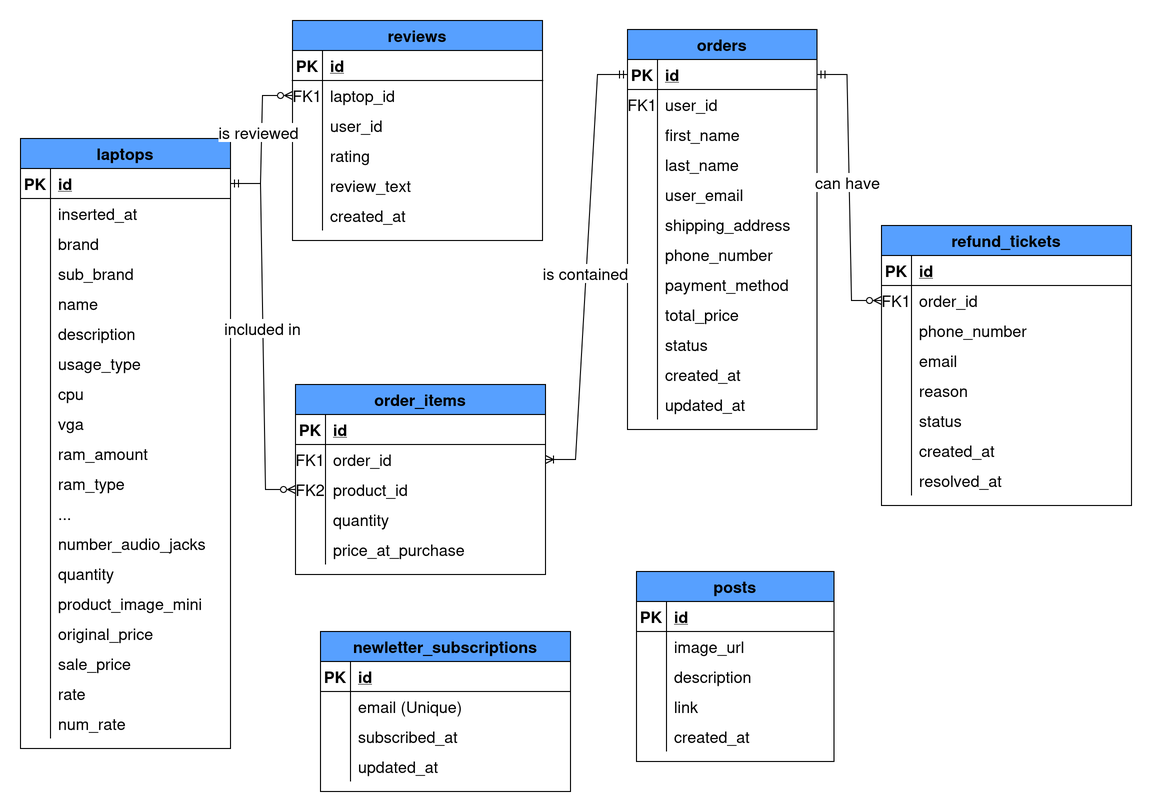
This is ERD_DB.png from auphong2707/PTTKHT-Final-Report, a draw.io export, as it was before one commit. Source tidied: cells renumbered, new cells last; positions are measured from the earlier drawing's top-left corner, leaving out a move shared by most shapes.
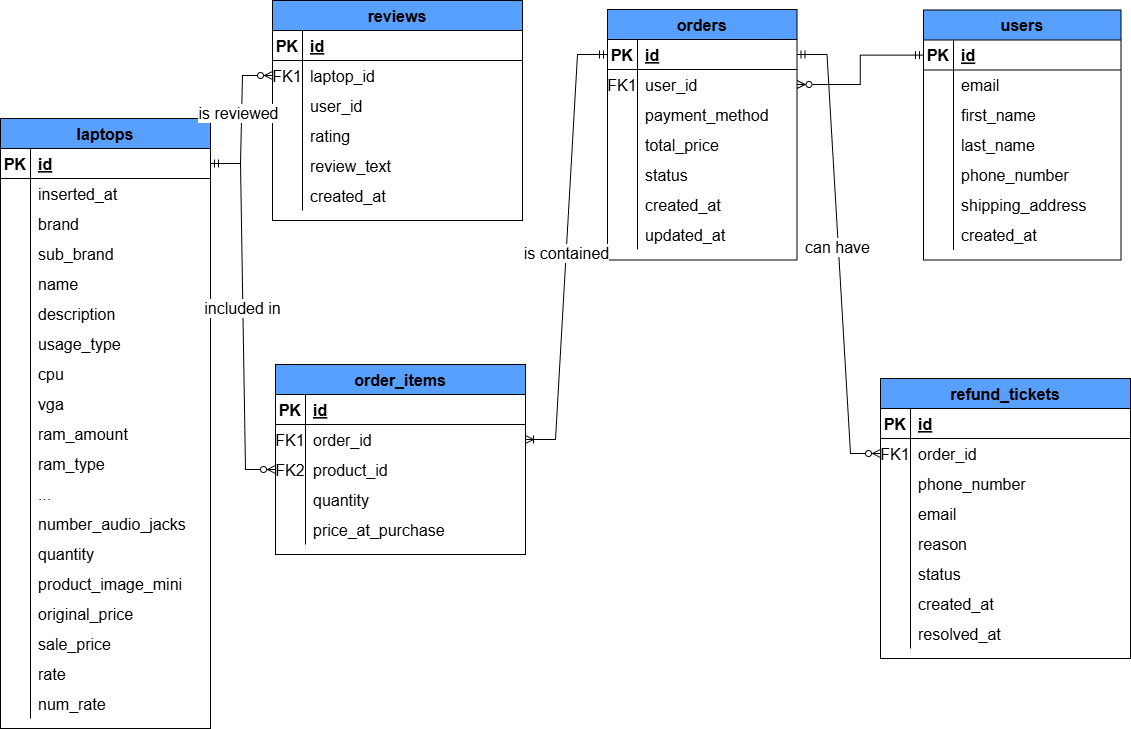
The same diagram one commit later.

What changed in the source:
```diff
@@ -59,45 +59,6 @@
     <mxCell id="20" value="created_at" style="shape=partialRectangle;overflow=hidden;fillColor=none;top=0;left=0;bottom=0;right=0;align=left;spacingLeft=6;fontSize=16;" parent="18" vertex="1">
       <mxGeometry x="30" width="220" height="30" as="geometry" />
     </mxCell>
-    <mxCell id="21" value="newletter_subscriptions" style="shape=table;startSize=30;rowLines=0;fontStyle=1;align=center;fillColor=#57A0FF;fontSize=16;" parent="1" vertex="1">
-      <mxGeometry x="300" y="611" width="250" height="160" as="geometry" />
-    </mxCell>
-    <mxCell id="22" style="shape=partialRectangle;fillColor=none;top=0;left=0;right=0;bottom=1;fontSize=16;" parent="21" vertex="1">
-      <mxGeometry y="30" width="250" height="30" as="geometry" />
-    </mxCell>
-    <mxCell id="23" value="PK" style="shape=partialRectangle;overflow=hidden;fillColor=none;top=0;left=0;bottom=0;right=0;fontStyle=1;fontSize=16;" parent="22" vertex="1">
-      <mxGeometry width="30" height="30" as="geometry" />
-    </mxCell>
-    <mxCell id="24" value="id" style="shape=partialRectangle;overflow=hidden;fillColor=none;top=0;left=0;bottom=0;right=0;align=left;spacingLeft=6;fontStyle=5;fontSize=16;" parent="22" vertex="1">
-      <mxGeometry x="30" width="220" height="30" as="geometry" />
-    </mxCell>
-    <mxCell id="25" style="shape=partialRectangle;fillColor=none;top=0;left=0;right=0;bottom=0;fontSize=16;" parent="21" vertex="1">
-      <mxGeometry y="60" width="250" height="30" as="geometry" />
-    </mxCell>
-    <mxCell id="26" style="shape=partialRectangle;overflow=hidden;fillColor=none;top=0;left=0;bottom=0;right=0;fontSize=16;" parent="25" vertex="1">
-      <mxGeometry width="30" height="30" as="geometry" />
-    </mxCell>
-    <mxCell id="27" value="email (Unique)" style="shape=partialRectangle;overflow=hidden;fillColor=none;top=0;left=0;bottom=0;right=0;align=left;spacingLeft=6;fontSize=16;" parent="25" vertex="1">
-      <mxGeometry x="30" width="220" height="30" as="geometry" />
-    </mxCell>
-    <mxCell id="28" style="shape=partialRectangle;fillColor=none;top=0;left=0;right=0;bottom=0;fontSize=16;" parent="21" vertex="1">
-      <mxGeometry y="90" width="250" height="30" as="geometry" />
-    </mxCell>
-    <mxCell id="29" style="shape=partialRectangle;overflow=hidden;fillColor=none;top=0;left=0;bottom=0;right=0;fontSize=16;" parent="28" vertex="1">
-      <mxGeometry width="30" height="30" as="geometry" />
-    </mxCell>
-    <mxCell id="30" value="subscribed_at" style="shape=partialRectangle;overflow=hidden;fillColor=none;top=0;left=0;bottom=0;right=0;align=left;spacingLeft=6;fontSize=16;" parent="28" vertex="1">
-      <mxGeometry x="30" width="220" height="30" as="geometry" />
-    </mxCell>
-    <mxCell id="31" style="shape=partialRectangle;fillColor=none;top=0;left=0;right=0;bottom=0;fontSize=16;" parent="21" vertex="1">
-      <mxGeometry y="120" width="250" height="30" as="geometry" />
-    </mxCell>
-    <mxCell id="32" style="shape=partialRectangle;overflow=hidden;fillColor=none;top=0;left=0;bottom=0;right=0;fontSize=16;" parent="31" vertex="1">
-      <mxGeometry width="30" height="30" as="geometry" />
-    </mxCell>
-    <mxCell id="33" value="updated_at" style="shape=partialRectangle;overflow=hidden;fillColor=none;top=0;left=0;bottom=0;right=0;align=left;spacingLeft=6;fontSize=16;" parent="31" vertex="1">
-      <mxGeometry x="30" width="220" height="30" as="geometry" />
-    </mxCell>
     <mxCell id="34" value="laptops" style="shape=table;startSize=30;rowLines=0;fontStyle=1;align=center;fillColor=#57A0FF;fontSize=16;" parent="1" vertex="1">
       <mxGeometry y="118" width="210" height="610" as="geometry" />
     </mxCell>
@@ -272,56 +233,8 @@
     <mxCell id="91" value="num_rate" style="shape=partialRectangle;overflow=hidden;fillColor=none;top=0;left=0;bottom=0;right=0;align=left;spacingLeft=6;fontSize=16;" parent="89" vertex="1">
       <mxGeometry x="30" width="180" height="30" as="geometry" />
     </mxCell>
-    <mxCell id="92" value="posts" style="shape=table;startSize=30;rowLines=0;fontStyle=1;align=center;fillColor=#57A0FF;fontSize=16;" parent="1" vertex="1">
-      <mxGeometry x="616" y="551" width="197.5" height="190" as="geometry" />
-    </mxCell>
-    <mxCell id="93" style="shape=partialRectangle;fillColor=none;points=[[0,0.5],[1,0.5]];portConstraint=eastwest;top=0;left=0;right=0;bottom=1;fontSize=16;" parent="92" vertex="1">
-      <mxGeometry y="30" width="197.5" height="30" as="geometry" />
-    </mxCell>
-    <mxCell id="94" value="PK" style="shape=partialRectangle;overflow=hidden;fillColor=none;top=0;left=0;bottom=0;right=0;fontStyle=1;fontSize=16;" parent="93" vertex="1">
-      <mxGeometry width="30" height="30" as="geometry" />
-    </mxCell>
-    <mxCell id="95" value="id" style="shape=partialRectangle;overflow=hidden;fillColor=none;top=0;left=0;bottom=0;right=0;align=left;spacingLeft=6;fontStyle=5;fontSize=16;" parent="93" vertex="1">
-      <mxGeometry x="30" width="167.5" height="30" as="geometry" />
-    </mxCell>
-    <mxCell id="96" style="shape=partialRectangle;fillColor=none;top=0;left=0;right=0;bottom=0;fontSize=16;" parent="92" vertex="1">
-      <mxGeometry y="60" width="197.5" height="30" as="geometry" />
-    </mxCell>
-    <mxCell id="97" style="shape=partialRectangle;overflow=hidden;fillColor=none;top=0;left=0;bottom=0;right=0;fontSize=16;" parent="96" vertex="1">
-      <mxGeometry width="30" height="30" as="geometry" />
-    </mxCell>
-    <mxCell id="98" value="image_url" style="shape=partialRectangle;overflow=hidden;fillColor=none;top=0;left=0;bottom=0;right=0;align=left;spacingLeft=6;fontSize=16;" parent="96" vertex="1">
-      <mxGeometry x="30" width="167.5" height="30" as="geometry" />
-    </mxCell>
-    <mxCell id="99" style="shape=partialRectangle;fillColor=none;top=0;left=0;right=0;bottom=0;fontSize=16;" parent="92" vertex="1">
-      <mxGeometry y="90" width="197.5" height="30" as="geometry" />
-    </mxCell>
-    <mxCell id="100" style="shape=partialRectangle;overflow=hidden;fillColor=none;top=0;left=0;bottom=0;right=0;fontSize=16;" parent="99" vertex="1">
-      <mxGeometry width="30" height="30" as="geometry" />
-    </mxCell>
-    <mxCell id="101" value="description" style="shape=partialRectangle;overflow=hidden;fillColor=none;top=0;left=0;bottom=0;right=0;align=left;spacingLeft=6;fontSize=16;" parent="99" vertex="1">
-      <mxGeometry x="30" width="167.5" height="30" as="geometry" />
-    </mxCell>
-    <mxCell id="102" style="shape=partialRectangle;fillColor=none;top=0;left=0;right=0;bottom=0;fontSize=16;" parent="92" vertex="1">
-      <mxGeometry y="120" width="197.5" height="30" as="geometry" />
-    </mxCell>
-    <mxCell id="103" style="shape=partialRectangle;overflow=hidden;fillColor=none;top=0;left=0;bottom=0;right=0;fontSize=16;" parent="102" vertex="1">
-      <mxGeometry width="30" height="30" as="geometry" />
-    </mxCell>
-    <mxCell id="104" value="link" style="shape=partialRectangle;overflow=hidden;fillColor=none;top=0;left=0;bottom=0;right=0;align=left;spacingLeft=6;fontSize=16;" parent="102" vertex="1">
-      <mxGeometry x="30" width="167.5" height="30" as="geometry" />
-    </mxCell>
-    <mxCell id="105" style="shape=partialRectangle;fillColor=none;top=0;left=0;right=0;bottom=0;fontSize=16;" parent="92" vertex="1">
-      <mxGeometry y="150" width="197.5" height="30" as="geometry" />
-    </mxCell>
-    <mxCell id="106" style="shape=partialRectangle;overflow=hidden;fillColor=none;top=0;left=0;bottom=0;right=0;fontSize=16;" parent="105" vertex="1">
-      <mxGeometry width="30" height="30" as="geometry" />
-    </mxCell>
-    <mxCell id="107" value="created_at" style="shape=partialRectangle;overflow=hidden;fillColor=none;top=0;left=0;bottom=0;right=0;align=left;spacingLeft=6;fontSize=16;" parent="105" vertex="1">
-      <mxGeometry x="30" width="167.5" height="30" as="geometry" />
-    </mxCell>
     <mxCell id="108" value="orders" style="shape=table;startSize=30;rowLines=0;fontStyle=1;align=center;fillColor=#57A0FF;fontSize=16;" parent="1" vertex="1">
-      <mxGeometry x="607" y="9" width="189.5" height="400" as="geometry" />
+      <mxGeometry x="607" y="9" width="189.5" height="250.5" as="geometry" />
     </mxCell>
     <mxCell id="109" style="shape=partialRectangle;fillColor=none;points=[[0,0.5],[1,0.5]];portConstraint=eastwest;top=0;left=0;right=0;bottom=1;fontSize=16;" parent="108" vertex="1">
       <mxGeometry y="30" width="189.5" height="30" as="geometry" />
@@ -341,53 +254,8 @@
     <mxCell id="114" value="user_id" style="shape=partialRectangle;overflow=hidden;fillColor=none;top=0;left=0;bottom=0;right=0;align=left;spacingLeft=6;fontSize=16;" parent="112" vertex="1">
       <mxGeometry x="30" width="159.5" height="30" as="geometry" />
     </mxCell>
-    <mxCell id="115" style="shape=partialRectangle;fillColor=none;top=0;left=0;right=0;bottom=0;fontSize=16;" parent="108" vertex="1">
-      <mxGeometry y="90" width="189.5" height="30" as="geometry" />
-    </mxCell>
-    <mxCell id="116" style="shape=partialRectangle;overflow=hidden;fillColor=none;top=0;left=0;bottom=0;right=0;fontSize=16;" parent="115" vertex="1">
-      <mxGeometry width="30" height="30" as="geometry" />
-    </mxCell>
-    <mxCell id="117" value="first_name" style="shape=partialRectangle;overflow=hidden;fillColor=none;top=0;left=0;bottom=0;right=0;align=left;spacingLeft=6;fontSize=16;" parent="115" vertex="1">
-      <mxGeometry x="30" width="159.5" height="30" as="geometry" />
-    </mxCell>
-    <mxCell id="118" style="shape=partialRectangle;fillColor=none;top=0;left=0;right=0;bottom=0;fontSize=16;" parent="108" vertex="1">
-      <mxGeometry y="120" width="189.5" height="30" as="geometry" />
-    </mxCell>
-    <mxCell id="119" style="shape=partialRectangle;overflow=hidden;fillColor=none;top=0;left=0;bottom=0;right=0;fontSize=16;" parent="118" vertex="1">
-      <mxGeometry width="30" height="30" as="geometry" />
-    </mxCell>
-    <mxCell id="120" value="last_name" style="shape=partialRectangle;overflow=hidden;fillColor=none;top=0;left=0;bottom=0;right=0;align=left;spacingLeft=6;fontSize=16;" parent="118" vertex="1">
-      <mxGeometry x="30" width="159.5" height="30" as="geometry" />
-    </mxCell>
-    <mxCell id="121" style="shape=partialRectangle;fillColor=none;top=0;left=0;right=0;bottom=0;fontSize=16;" parent="108" vertex="1">
-      <mxGeometry y="150" width="189.5" height="30" as="geometry" />
-    </mxCell>
-    <mxCell id="122" style="shape=partialRectangle;overflow=hidden;fillColor=none;top=0;left=0;bottom=0;right=0;fontSize=16;" parent="121" vertex="1">
-      <mxGeometry width="30" height="30" as="geometry" />
-    </mxCell>
-    <mxCell id="123" value="user_email" style="shape=partialRectangle;overflow=hidden;fillColor=none;top=0;left=0;bottom=0;right=0;align=left;spacingLeft=6;fontSize=16;" parent="121" vertex="1">
-      <mxGeometry x="30" width="159.5" height="30" as="geometry" />
-    </mxCell>
-    <mxCell id="124" style="shape=partialRectangle;fillColor=none;top=0;left=0;right=0;bottom=0;fontSize=16;" parent="108" vertex="1">
-      <mxGeometry y="180" width="189.5" height="30" as="geometry" />
-    </mxCell>
-    <mxCell id="125" style="shape=partialRectangle;overflow=hidden;fillColor=none;top=0;left=0;bottom=0;right=0;fontSize=16;" parent="124" vertex="1">
-      <mxGeometry width="30" height="30" as="geometry" />
-    </mxCell>
-    <mxCell id="126" value="shipping_address" style="shape=partialRectangle;overflow=hidden;fillColor=none;top=0;left=0;bottom=0;right=0;align=left;spacingLeft=6;fontSize=16;" parent="124" vertex="1">
-      <mxGeometry x="30" width="159.5" height="30" as="geometry" />
-    </mxCell>
-    <mxCell id="127" style="shape=partialRectangle;fillColor=none;top=0;left=0;right=0;bottom=0;fontSize=16;" parent="108" vertex="1">
-      <mxGeometry y="210" width="189.5" height="30" as="geometry" />
-    </mxCell>
-    <mxCell id="128" style="shape=partialRectangle;overflow=hidden;fillColor=none;top=0;left=0;bottom=0;right=0;fontSize=16;" parent="127" vertex="1">
-      <mxGeometry width="30" height="30" as="geometry" />
-    </mxCell>
-    <mxCell id="129" value="phone_number" style="shape=partialRectangle;overflow=hidden;fillColor=none;top=0;left=0;bottom=0;right=0;align=left;spacingLeft=6;fontSize=16;" parent="127" vertex="1">
-      <mxGeometry x="30" width="159.5" height="30" as="geometry" />
-    </mxCell>
     <mxCell id="130" style="shape=partialRectangle;fillColor=none;top=0;left=0;right=0;bottom=0;fontSize=16;" parent="108" vertex="1">
-      <mxGeometry y="240" width="189.5" height="30" as="geometry" />
+      <mxGeometry y="90" width="189.5" height="30" as="geometry" />
     </mxCell>
     <mxCell id="131" style="shape=partialRectangle;overflow=hidden;fillColor=none;top=0;left=0;bottom=0;right=0;fontSize=16;" parent="130" vertex="1">
       <mxGeometry width="30" height="30" as="geometry" />
@@ -396,7 +264,7 @@
       <mxGeometry x="30" width="159.5" height="30" as="geometry" />
     </mxCell>
     <mxCell id="133" style="shape=partialRectangle;fillColor=none;top=0;left=0;right=0;bottom=0;fontSize=16;" parent="108" vertex="1">
-      <mxGeometry y="270" width="189.5" height="30" as="geometry" />
+      <mxGeometry y="120" width="189.5" height="30" as="geometry" />
     </mxCell>
     <mxCell id="134" style="shape=partialRectangle;overflow=hidden;fillColor=none;top=0;left=0;bottom=0;right=0;fontSize=16;" parent="133" vertex="1">
       <mxGeometry width="30" height="30" as="geometry" />
@@ -405,7 +273,7 @@
       <mxGeometry x="30" width="159.5" height="30" as="geometry" />
     </mxCell>
     <mxCell id="136" style="shape=partialRectangle;fillColor=none;top=0;left=0;right=0;bottom=0;fontSize=16;" parent="108" vertex="1">
-      <mxGeometry y="300" width="189.5" height="30" as="geometry" />
+      <mxGeometry y="150" width="189.5" height="30" as="geometry" />
     </mxCell>
     <mxCell id="137" style="shape=partialRectangle;overflow=hidden;fillColor=none;top=0;left=0;bottom=0;right=0;fontSize=16;" parent="136" vertex="1">
       <mxGeometry width="30" height="30" as="geometry" />
@@ -414,7 +282,7 @@
       <mxGeometry x="30" width="159.5" height="30" as="geometry" />
     </mxCell>
     <mxCell id="139" style="shape=partialRectangle;fillColor=none;top=0;left=0;right=0;bottom=0;fontSize=16;" parent="108" vertex="1">
-      <mxGeometry y="330" width="189.5" height="30" as="geometry" />
+      <mxGeometry y="180" width="189.5" height="30" as="geometry" />
     </mxCell>
     <mxCell id="140" style="shape=partialRectangle;overflow=hidden;fillColor=none;top=0;left=0;bottom=0;right=0;fontSize=16;" parent="139" vertex="1">
       <mxGeometry width="30" height="30" as="geometry" />
@@ -423,7 +291,7 @@
       <mxGeometry x="30" width="159.5" height="30" as="geometry" />
     </mxCell>
     <mxCell id="142" style="shape=partialRectangle;fillColor=none;top=0;left=0;right=0;bottom=0;fontSize=16;" parent="108" vertex="1">
-      <mxGeometry y="360" width="189.5" height="30" as="geometry" />
+      <mxGeometry y="210" width="189.5" height="30" as="geometry" />
     </mxCell>
     <mxCell id="143" style="shape=partialRectangle;overflow=hidden;fillColor=none;top=0;left=0;bottom=0;right=0;fontSize=16;" parent="142" vertex="1">
       <mxGeometry width="30" height="30" as="geometry" />
@@ -480,7 +348,7 @@
       <mxGeometry x="30" width="220" height="30" as="geometry" />
     </mxCell>
     <mxCell id="161" value="refund_tickets" style="shape=table;startSize=30;rowLines=0;fontStyle=1;align=center;fillColor=#57A0FF;fontSize=16;" parent="1" vertex="1">
-      <mxGeometry x="861" y="205" width="250" height="280" as="geometry" />
+      <mxGeometry x="880" y="378" width="250" height="280" as="geometry" />
     </mxCell>
     <mxCell id="162" style="shape=partialRectangle;fillColor=none;top=0;left=0;right=0;bottom=1;fontSize=16;" parent="161" vertex="1">
       <mxGeometry y="30" width="250" height="30" as="geometry" />
@@ -582,5 +450,74 @@
         <mxPoint y="-1" as="offset" />
       </mxGeometry>
     </mxCell>
+    <mxCell id="194" value="users" style="shape=table;startSize=30;rowLines=0;fontStyle=1;align=center;fillColor=#57A0FF;fontSize=16;" parent="1" vertex="1">
+      <mxGeometry x="923" y="9.4" width="197.5" height="250" as="geometry" />
+    </mxCell>
+    <mxCell id="93" style="shape=partialRectangle;fillColor=none;points=[[0,0.5],[1,0.5]];portConstraint=eastwest;top=0;left=0;right=0;bottom=1;fontSize=16;" parent="194" vertex="1">
+      <mxGeometry y="30" width="197.5" height="30" as="geometry" />
+    </mxCell>
+    <mxCell id="195" value="PK" style="shape=partialRectangle;overflow=hidden;fillColor=none;top=0;left=0;bottom=0;right=0;fontStyle=1;fontSize=16;" parent="93" vertex="1">
+      <mxGeometry width="30" height="30" as="geometry" />
+    </mxCell>
+    <mxCell id="95" value="id" style="shape=partialRectangle;overflow=hidden;fillColor=none;top=0;left=0;bottom=0;right=0;align=left;spacingLeft=6;fontStyle=5;fontSize=16;" parent="93" vertex="1">
+      <mxGeometry x="30" width="167.5" height="30" as="geometry" />
+    </mxCell>
+    <mxCell id="96" style="shape=partialRectangle;fillColor=none;top=0;left=0;right=0;bottom=0;fontSize=16;" parent="194" vertex="1">
+      <mxGeometry y="60" width="197.5" height="30" as="geometry" />
+    </mxCell>
+    <mxCell id="196" style="shape=partialRectangle;overflow=hidden;fillColor=none;top=0;left=0;bottom=0;right=0;fontSize=16;" parent="96" vertex="1">
+      <mxGeometry width="30" height="30" as="geometry" />
+    </mxCell>
+    <mxCell id="197" value="email" style="shape=partialRectangle;overflow=hidden;fillColor=none;top=0;left=0;bottom=0;right=0;align=left;spacingLeft=6;fontSize=16;" parent="96" vertex="1">
+      <mxGeometry x="30" width="167.5" height="30" as="geometry" />
+    </mxCell>
+    <mxCell id="99" style="shape=partialRectangle;fillColor=none;top=0;left=0;right=0;bottom=0;fontSize=16;" parent="194" vertex="1">
+      <mxGeometry y="90" width="197.5" height="30" as="geometry" />
+    </mxCell>
+    <mxCell id="198" style="shape=partialRectangle;overflow=hidden;fillColor=none;top=0;left=0;bottom=0;right=0;fontSize=16;" parent="99" vertex="1">
+      <mxGeometry width="30" height="30" as="geometry" />
+    </mxCell>
+    <mxCell id="117" value="first_name" style="shape=partialRectangle;overflow=hidden;fillColor=none;top=0;left=0;bottom=0;right=0;align=left;spacingLeft=6;fontSize=16;" parent="99" vertex="1">
+      <mxGeometry x="30" width="167.5" height="30" as="geometry" />
+    </mxCell>
+    <mxCell id="102" style="shape=partialRectangle;fillColor=none;top=0;left=0;right=0;bottom=0;fontSize=16;" parent="194" vertex="1">
+      <mxGeometry y="120" width="197.5" height="30" as="geometry" />
+    </mxCell>
+    <mxCell id="199" style="shape=partialRectangle;overflow=hidden;fillColor=none;top=0;left=0;bottom=0;right=0;fontSize=16;" parent="102" vertex="1">
+      <mxGeometry width="30" height="30" as="geometry" />
+    </mxCell>
+    <mxCell id="120" value="last_name" style="shape=partialRectangle;overflow=hidden;fillColor=none;top=0;left=0;bottom=0;right=0;align=left;spacingLeft=6;fontSize=16;" parent="102" vertex="1">
+      <mxGeometry x="30" width="167.5" height="30" as="geometry" />
+    </mxCell>
+    <mxCell id="105" style="shape=partialRectangle;fillColor=none;top=0;left=0;right=0;bottom=0;fontSize=16;" parent="194" vertex="1">
+      <mxGeometry y="150" width="197.5" height="30" as="geometry" />
+    </mxCell>
+    <mxCell id="200" style="shape=partialRectangle;overflow=hidden;fillColor=none;top=0;left=0;bottom=0;right=0;fontSize=16;" parent="105" vertex="1">
+      <mxGeometry width="30" height="30" as="geometry" />
+    </mxCell>
+    <mxCell id="129" value="phone_number" style="shape=partialRectangle;overflow=hidden;fillColor=none;top=0;left=0;bottom=0;right=0;align=left;spacingLeft=6;fontSize=16;" parent="105" vertex="1">
+      <mxGeometry x="30" width="167.5" height="30" as="geometry" />
+    </mxCell>
+    <mxCell id="201" style="shape=partialRectangle;fillColor=none;top=0;left=0;right=0;bottom=0;fontSize=16;" parent="194" vertex="1">
+      <mxGeometry y="180" width="197.5" height="30" as="geometry" />
+    </mxCell>
+    <mxCell id="202" style="shape=partialRectangle;overflow=hidden;fillColor=none;top=0;left=0;bottom=0;right=0;fontSize=16;" parent="201" vertex="1">
+      <mxGeometry width="30" height="30" as="geometry" />
+    </mxCell>
+    <mxCell id="126" value="shipping_address" style="shape=partialRectangle;overflow=hidden;fillColor=none;top=0;left=0;bottom=0;right=0;align=left;spacingLeft=6;fontSize=16;" parent="201" vertex="1">
+      <mxGeometry x="30" width="167.5" height="30" as="geometry" />
+    </mxCell>
+    <mxCell id="203" style="shape=partialRectangle;fillColor=none;top=0;left=0;right=0;bottom=0;fontSize=16;" parent="194" vertex="1">
+      <mxGeometry y="210" width="197.5" height="30" as="geometry" />
+    </mxCell>
+    <mxCell id="204" style="shape=partialRectangle;overflow=hidden;fillColor=none;top=0;left=0;bottom=0;right=0;fontSize=16;" parent="203" vertex="1">
+      <mxGeometry width="30" height="30" as="geometry" />
+    </mxCell>
+    <mxCell id="107" value="created_at" style="shape=partialRectangle;overflow=hidden;fillColor=none;top=0;left=0;bottom=0;right=0;align=left;spacingLeft=6;fontSize=16;" parent="203" vertex="1">
+      <mxGeometry x="30" width="167.5" height="30" as="geometry" />
+    </mxCell>
+    <mxCell id="205" style="edgeStyle=orthogonalEdgeStyle;rounded=0;jettySize=auto;html=1;entryX=1;entryY=0.5;entryDx=0;entryDy=0;endArrow=ERzeroToMany;endFill=0;startArrow=ERmandOne;startFill=0;" parent="1" edge="1" source="93" target="112">
+      <mxGeometry relative="1" as="geometry" />
+    </mxCell>
   </root>
 </mxGraphModel>
```
